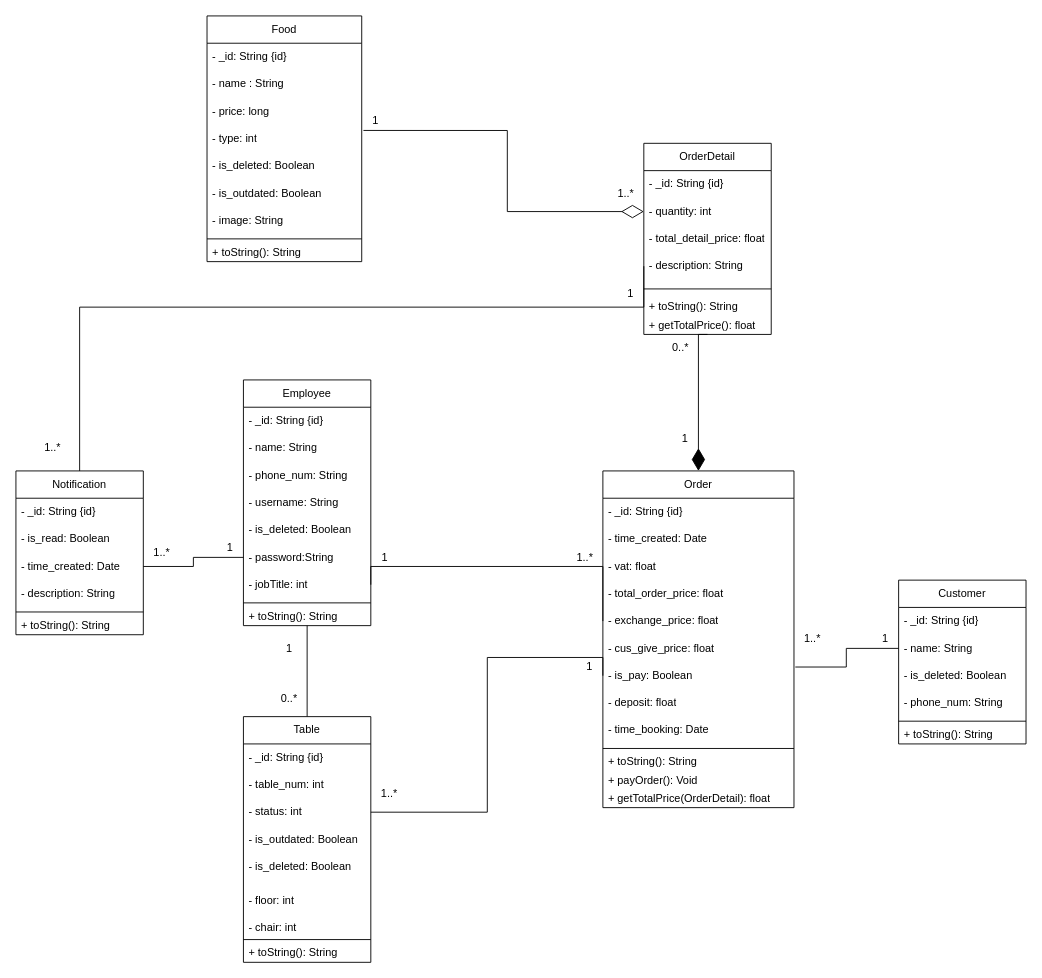
Above: class-diagram.drawio in MaiNhatHoangY2001/HLFood (draw.io), before the change. Source tidied: cells renumbered, new cells numbered last; positions are measured from the earlier drawing's top-left corner, leaving out a move shared by most shapes. Both pictures are drawn from the tidied source at 91%, with x=0, y=0 at pixel (15, 15).
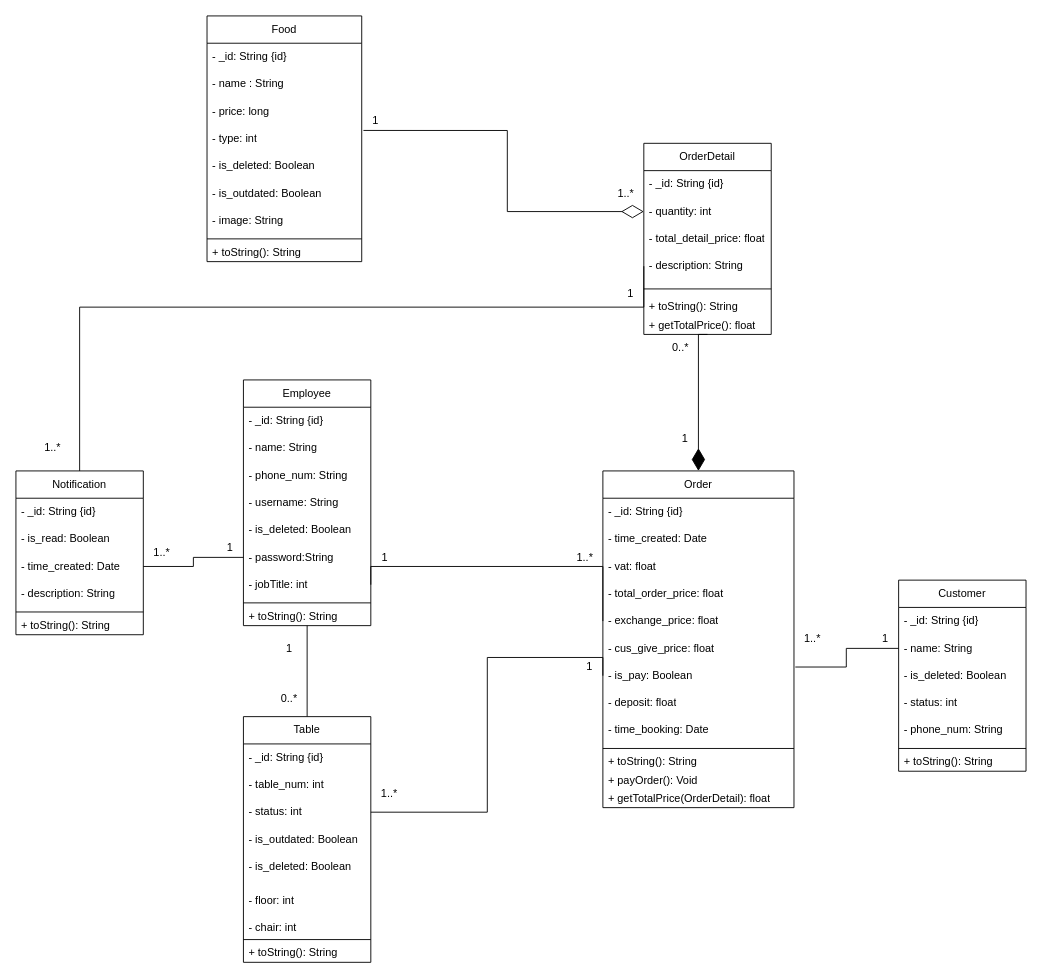
After the change.

Commit message:
Cập nhật class-diagram.drawio

Change to the diagram source:
```diff
@@
     <mxCell id="45" value="Customer" style="swimlane;fontStyle=0;horizontal=1;startSize=30;whiteSpace=wrap;html=1;" parent="1" vertex="1">
-      <mxGeometry x="970" y="620" width="140" height="180" as="geometry" />
+      <mxGeometry x="970" y="620" width="140" height="210" as="geometry" />
     </mxCell>
@@
+    <mxCell id="92" value="- status: int" style="text;strokeColor=none;fillColor=none;align=left;verticalAlign=middle;spacingLeft=4;spacingRight=4;overflow=hidden;whiteSpace=wrap;html=1;" parent="45" vertex="1">
+      <mxGeometry y="120" width="140" height="30" as="geometry" />
+    </mxCell>
     <mxCell id="49" value="- phone_num: String" style="text;strokeColor=none;fillColor=none;align=left;verticalAlign=middle;spacingLeft=4;spacingRight=4;overflow=hidden;whiteSpace=wrap;html=1;" parent="45" vertex="1">
-      <mxGeometry y="120" width="140" height="30" as="geometry" />
+      <mxGeometry y="150" width="140" height="30" as="geometry" />
     </mxCell>
     <mxCell id="50" style="line;html=1;strokeWidth=1;align=left;verticalAlign=middle;spacingTop=-1;spacingLeft=3;spacingRight=3;labelPosition=right;" parent="45" vertex="1">
-      <mxGeometry y="150" width="140" height="10" as="geometry" />
+      <mxGeometry y="180" width="140" height="10" as="geometry" />
     </mxCell>
     <mxCell id="51" value="+ toString(): String" style="text;strokeColor=none;fillColor=none;align=left;verticalAlign=middle;spacingLeft=4;spacingRight=4;overflow=hidden;whiteSpace=wrap;html=1;" parent="45" vertex="1">
-      <mxGeometry y="160" width="140" height="20" as="geometry" />
+      <mxGeometry y="190" width="140" height="20" as="geometry" />
     </mxCell>
```
